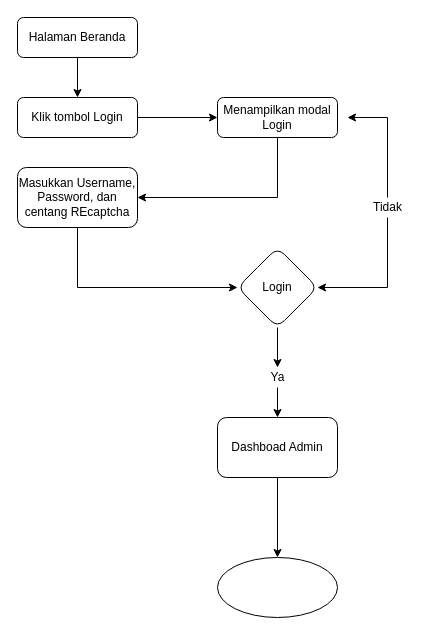
ariesrutung/Aplikasi-Ensiklopedia-Kesaguan keeps this draw.io diagram as sisikatpabar.drawio. Above is the earlier version. Source tidied: cells renumbered, new cells numbered last; positions are measured from the earlier drawing's top-left corner, leaving out a move shared by most shapes. Both pictures are drawn from the tidied source at 100%, with x=0, y=0 at pixel (17, 17).
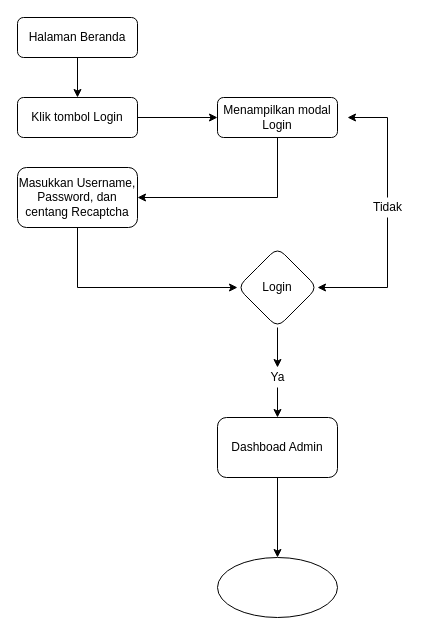
After the change.

The edit, as a diff of the source:
```diff
@@
-    <mxCell id="9" value="Masukkan Username, Password, dan centang REcaptcha" style="rounded=1;whiteSpace=wrap;html=1;fontSize=12;glass=0;strokeWidth=1;shadow=0;" parent="1" vertex="1">
+    <mxCell id="9" value="Masukkan Username, Password, dan centang Recaptcha" style="rounded=1;whiteSpace=wrap;html=1;fontSize=12;glass=0;strokeWidth=1;shadow=0;" parent="1" vertex="1">
       <mxGeometry y="150" width="120" height="60" as="geometry" />
     </mxCell>
```
